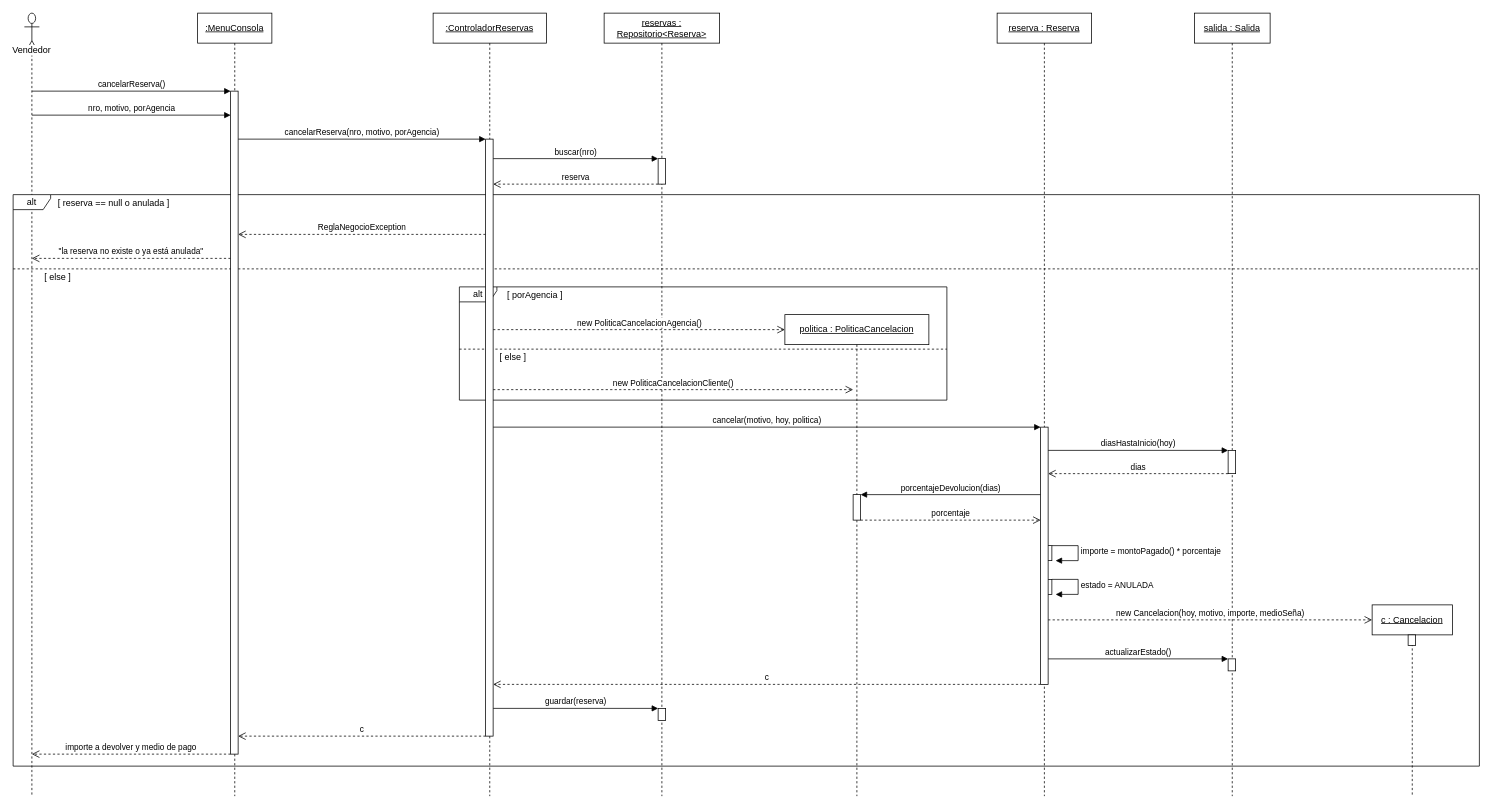
Earlier version of the draw.io diagram docs/uml/secuencia_cancelar_reserva.drawio (juampe-sudo/TPPOO). Source tidied: cells renumbered, new cells numbered last; positions are measured from the earlier drawing's top-left corner, leaving out a move shared by most shapes. Both pictures are drawn from the tidied source at 75%, with x=0, y=0 at pixel (13, 13).
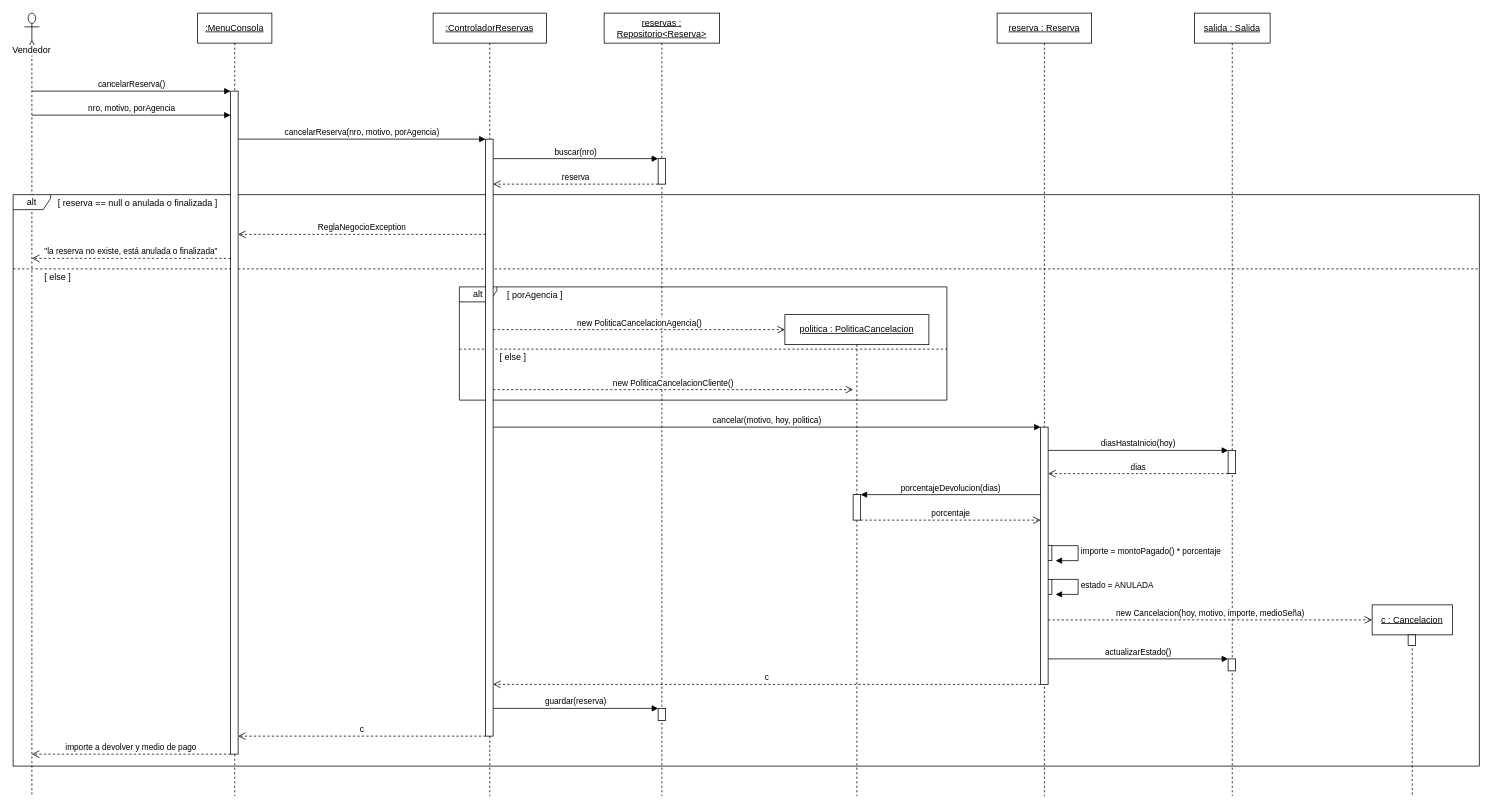
The same diagram, later.

Commit message (it also covers changes not shown here):
Corrige diagrama de secuencia de Cancelar reserva

What changed in the source:
```diff
@@
-    <mxCell id="17" value="&quot;la reserva no existe o ya está anulada&quot;" style="html=1;verticalAlign=bottom;endArrow=open;dashed=1;endSize=8;curved=0;rounded=0;" parent="1" edge="1">
+    <mxCell id="17" value="&quot;la reserva no existe, está anulada o finalizada&quot;" style="html=1;verticalAlign=bottom;endArrow=open;dashed=1;endSize=8;curved=0;rounded=0;" parent="1" edge="1">
       <mxGeometry relative="1" as="geometry">
         <mxPoint x="290" y="327" as="sourcePoint" />
         <mxPoint x="25" y="327" as="targetPoint" />
       </mxGeometry>
     </mxCell>
@@
-    <mxCell id="46" value="[ reserva == null o anulada ]" style="text;html=1;align=left;verticalAlign=middle;whiteSpace=wrap;fontStyle=0;" parent="1" vertex="1">
-      <mxGeometry x="58" y="243" width="174" height="20" as="geometry" />
+    <mxCell id="46" value="[ reserva == null o anulada o finalizada ]" style="text;html=1;align=left;verticalAlign=middle;whiteSpace=wrap;fontStyle=0;" parent="1" vertex="1">
+      <mxGeometry x="58" y="243" width="243" height="20" as="geometry" />
     </mxCell>
```
